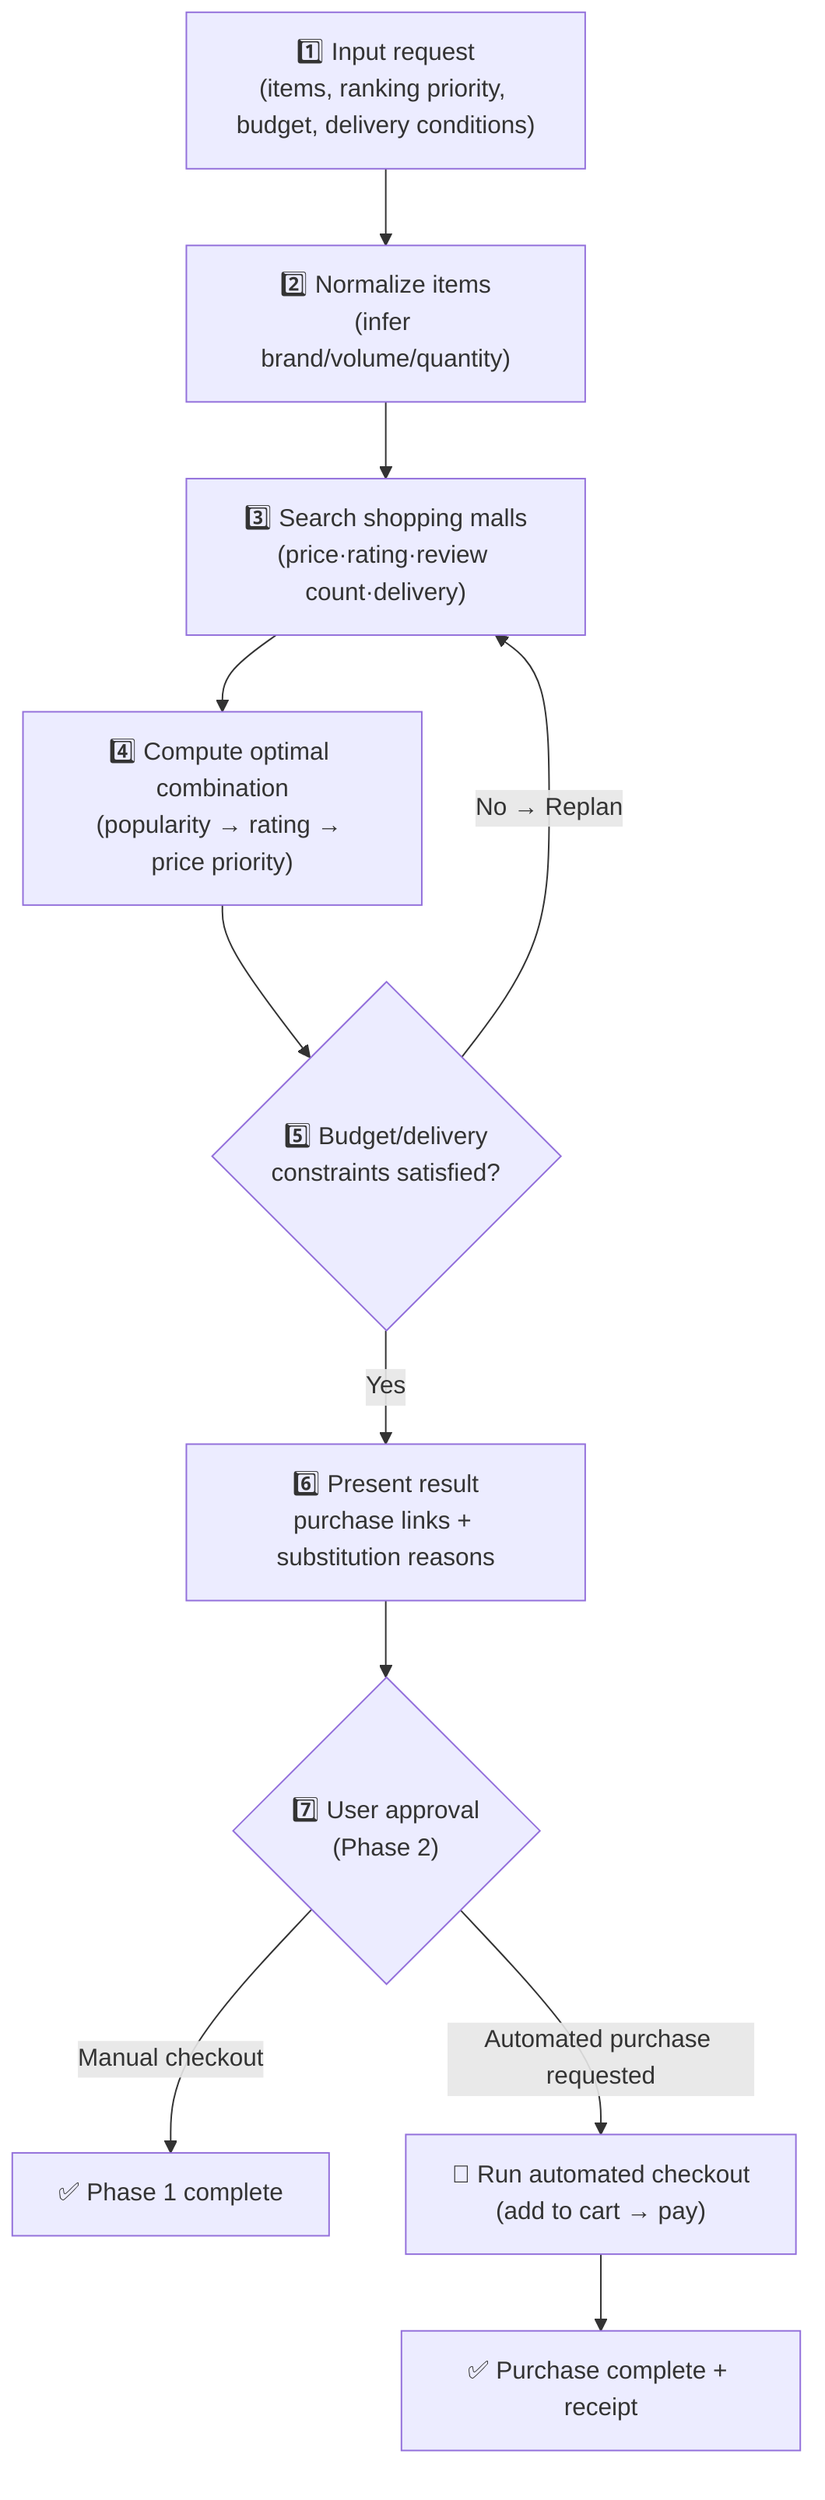
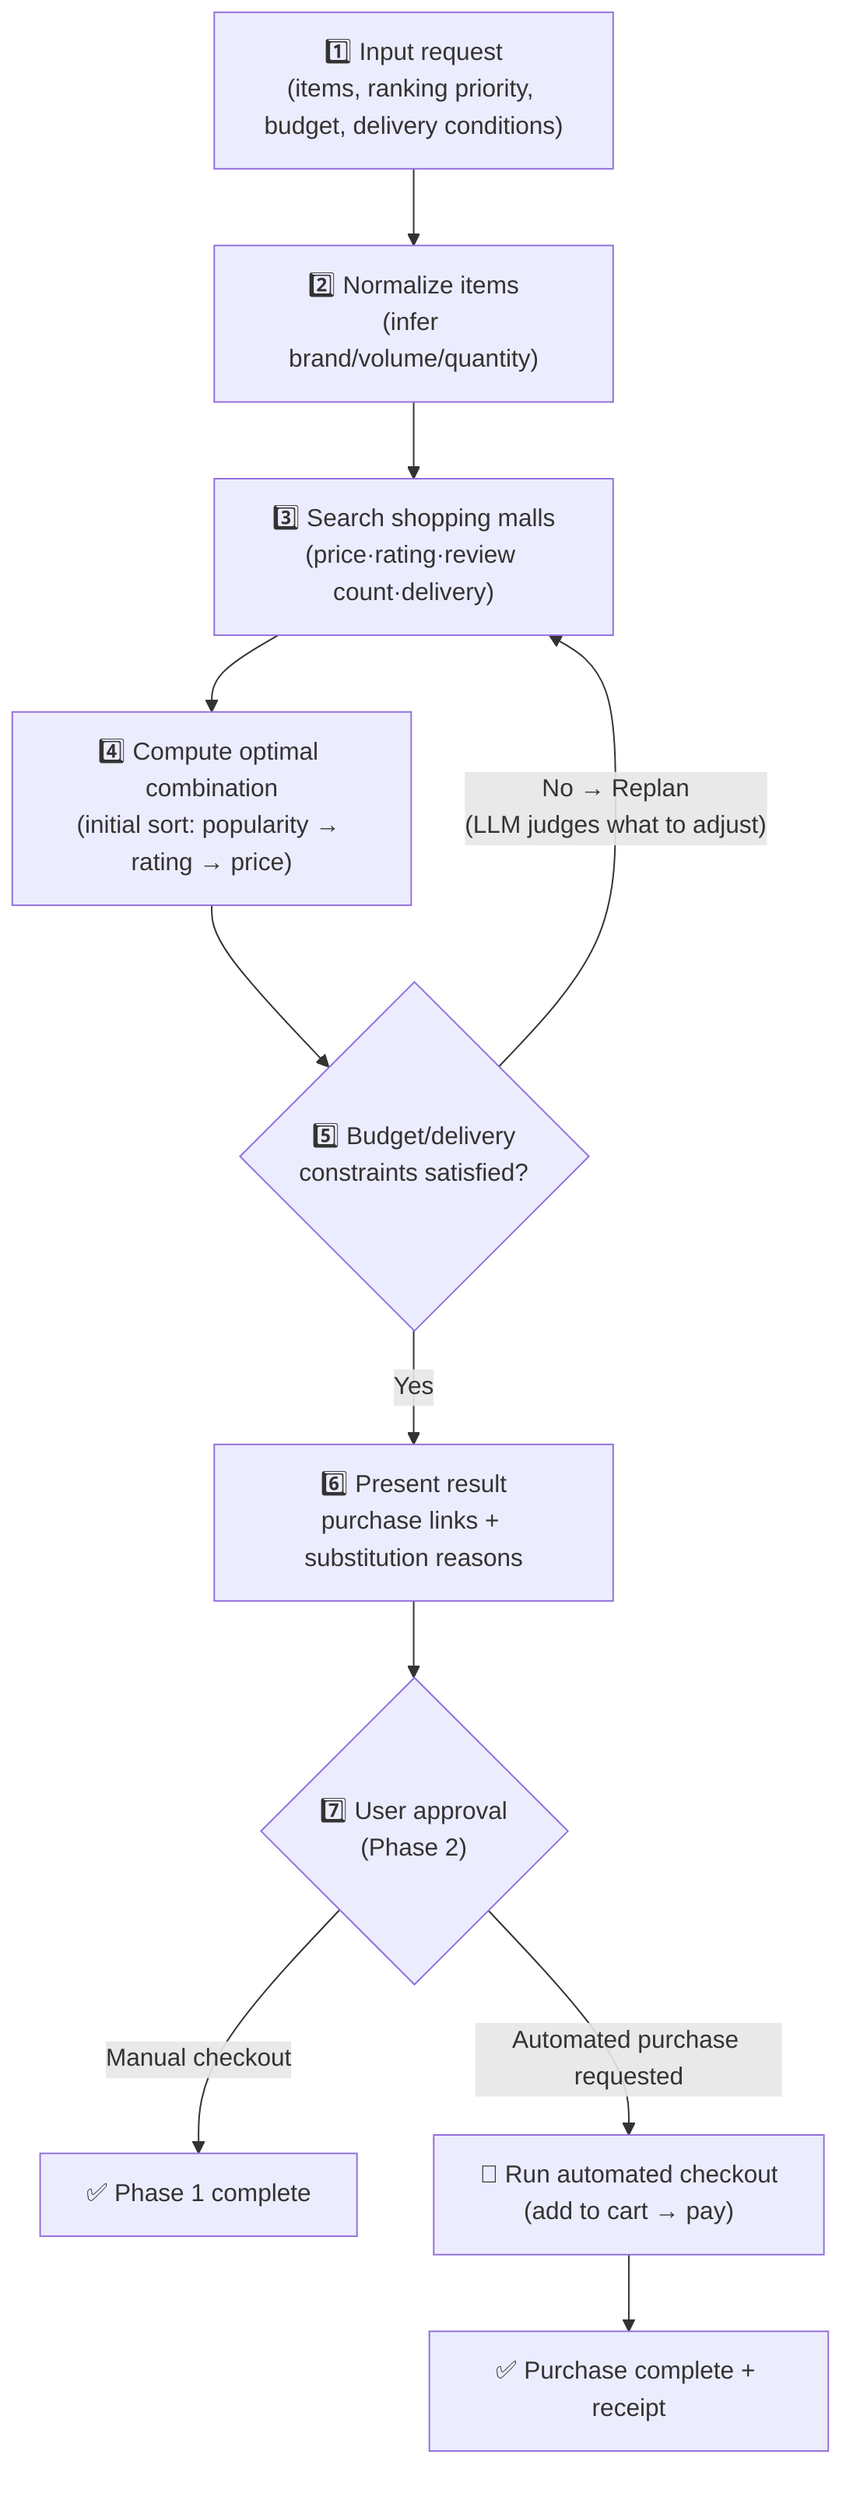
flowchart TD
    A["1️⃣ Input request<br/>(items, ranking priority, budget, delivery conditions)"] --> B["2️⃣ Normalize items<br/>(infer brand/volume/quantity)"]
    B --> C["3️⃣ Search shopping malls<br/>(price·rating·review count·delivery)"]
-     C --> D["4️⃣ Compute optimal combination<br/>(popularity → rating → price priority)"]
+     C --> D["4️⃣ Compute optimal combination<br/>(initial sort: popularity → rating → price)"]
    D --> E{"5️⃣ Budget/delivery<br/>constraints satisfied?"}
-     E -- "No → Replan" --> C
+     E -- "No → Replan<br/>(LLM judges what to adjust)" --> C
    E -- "Yes" --> F["6️⃣ Present result<br/>purchase links + substitution reasons"]
    F --> G{"7️⃣ User approval<br/>(Phase 2)"}
    G -- "Manual checkout" --> H["✅ Phase 1 complete"]
    G -- "Automated purchase requested" --> I["🤖 Run automated checkout<br/>(add to cart → pay)"]
    I --> J["✅ Purchase complete + receipt"]
